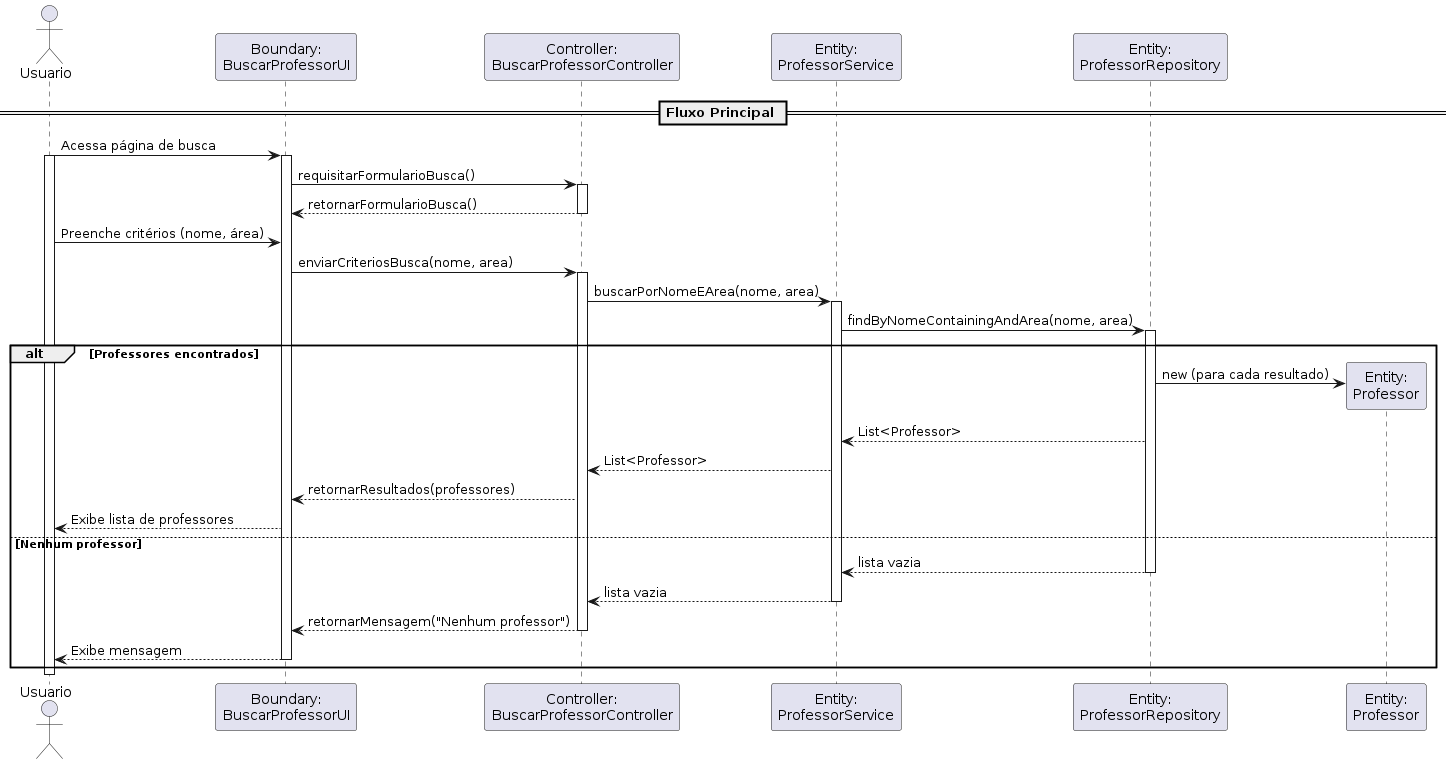
Above: Diagramas de Sequência de Projeto/UC5 - Diagrama de Sequencia de Projeto.png in Blaaksing/APS-2025.1 (PlantUML), before the change.
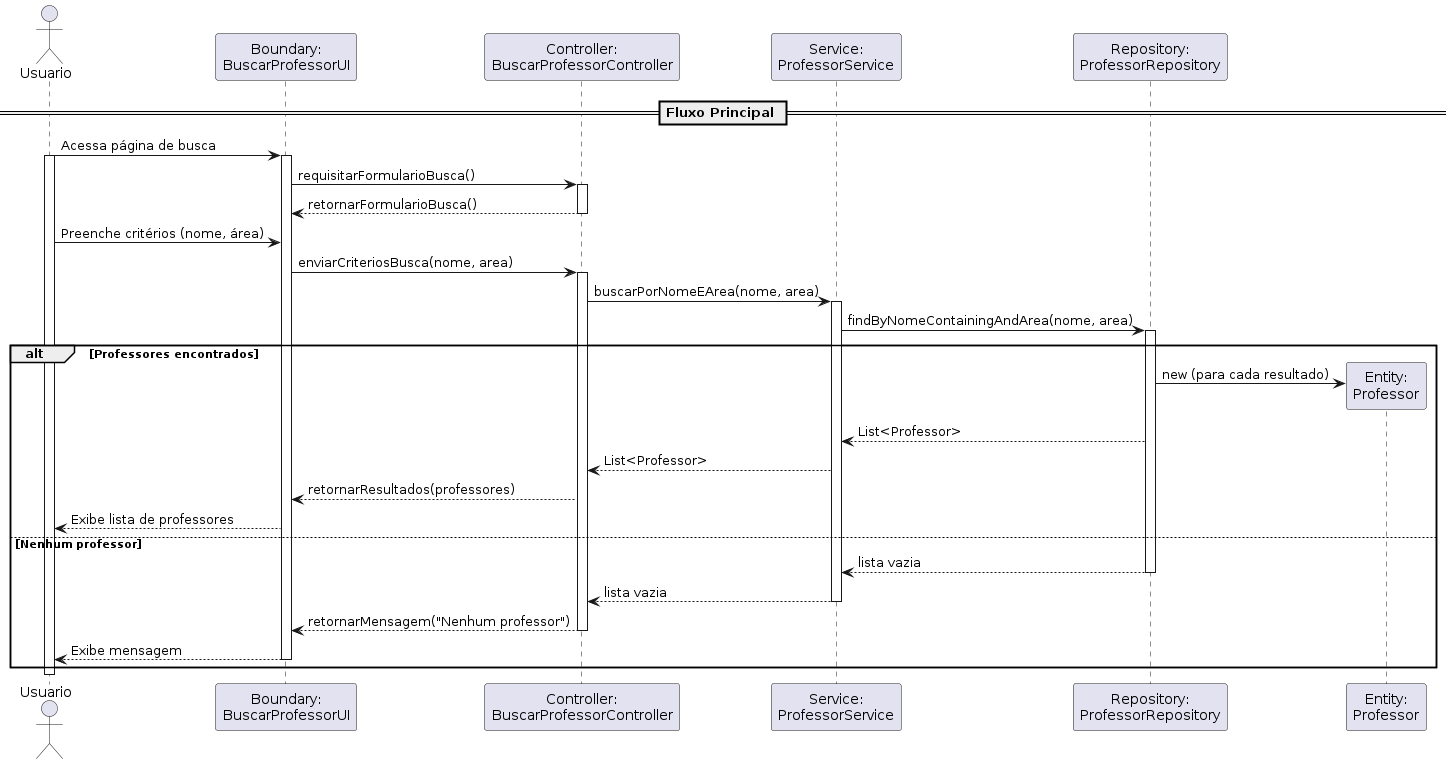
After the change.

Commit message:
Upload dos Diagramas de Sequencia de Projeto

UC5
UC13
UC27

What changed in the source:
```diff
@@ -2,8 +2,8 @@
 actor Usuario as Usuario
 participant "Boundary:\nBuscarProfessorUI" as Boundary
 participant "Controller:\nBuscarProfessorController" as Controller
-participant "Entity:\nProfessorService" as Service
-participant "Entity:\nProfessorRepository" as Repository
+participant "Service:\nProfessorService" as Service
+participant "Repository:\nProfessorRepository" as Repository
 participant "Entity:\nProfessor" as Professor
 
 == Fluxo Principal ==
```
